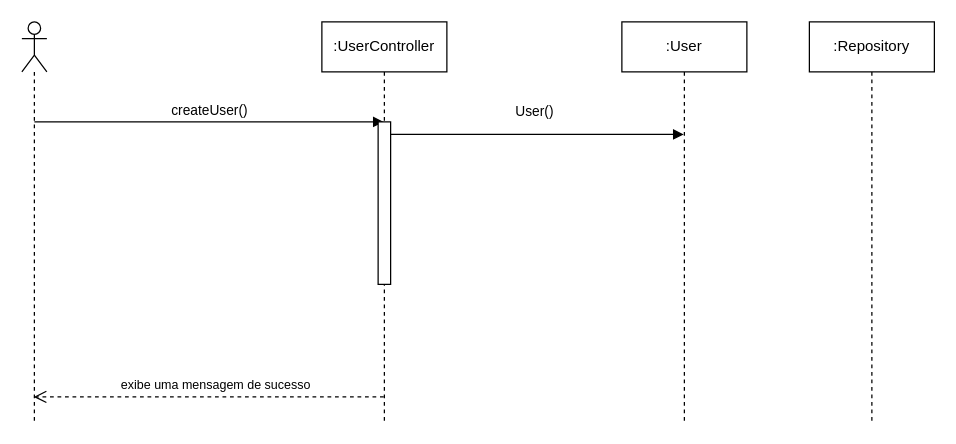
Above: musiverso-sequence-diagram.drawio in kaiohenricunha/UML (draw.io), before the change. Source tidied: cells renumbered, new cells numbered last; positions are measured from the earlier drawing's top-left corner, leaving out a move shared by most shapes. Both pictures are drawn from the tidied source at 125%, with x=0, y=0 at pixel (21, 21).
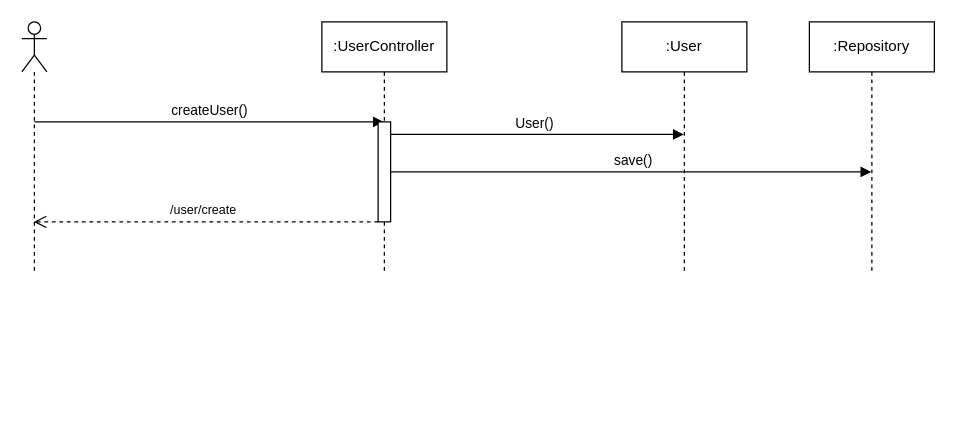
After the change.

Diff of the diagram source:
```diff
@@
 <mxGraphModel>
   <root>
     <mxCell id="0" />
     <mxCell id="1" parent="0" />
     <mxCell id="2" value=":UserController" style="shape=umlLifeline;perimeter=lifelinePerimeter;whiteSpace=wrap;html=1;outlineConnect=0;" parent="1" vertex="1">
-      <mxGeometry x="240" width="100" height="320" as="geometry" />
+      <mxGeometry x="240" width="100" height="200" as="geometry" />
     </mxCell>
     <mxCell id="3" style="shape=umlLifeline;participant=umlActor;perimeter=lifelinePerimeter;whiteSpace=wrap;html=1;verticalAlign=top;spacingTop=36;outlineConnect=0;" parent="1" vertex="1">
-      <mxGeometry width="20" height="320" as="geometry" />
+      <mxGeometry width="20" height="200" as="geometry" />
     </mxCell>
     <mxCell id="4" value="createUser()" style="html=1;verticalAlign=bottom;endArrow=block;" parent="1" edge="1" target="2">
       <mxGeometry relative="1" as="geometry">
         <mxPoint x="10" y="80" as="sourcePoint" />
       </mxGeometry>
     </mxCell>
     <mxCell id="5" style="html=1;points=[];perimeter=orthogonalPerimeter;" parent="1" vertex="1">
-      <mxGeometry x="285" y="80" width="10" height="130" as="geometry" />
+      <mxGeometry x="285" y="80" width="10" height="80" as="geometry" />
     </mxCell>
-    <mxCell id="6" style="html=1;verticalAlign=bottom;endArrow=open;dashed=1;endSize=8;" parent="1" edge="1" source="2" target="3">
+    <mxCell id="6" style="html=1;verticalAlign=bottom;endArrow=open;dashed=1;endSize=8;" parent="1" edge="1" source="5" target="3">
       <mxGeometry relative="1" as="geometry">
         <Array as="points">
-          <mxPoint x="260" y="300" />
-          <mxPoint x="180" y="300" />
-          <mxPoint x="120" y="300" />
+          <mxPoint x="260" y="160" />
         </Array>
       </mxGeometry>
     </mxCell>
     <mxCell id="7" value="User()" style="html=1;verticalAlign=bottom;endArrow=block;" parent="1" edge="1">
-      <mxGeometry x="-0.02" y="10" relative="1" as="geometry">
+      <mxGeometry x="-0.02" relative="1" as="geometry">
         <mxPoint x="295" y="90" as="sourcePoint" />
         <mxPoint x="529.5" y="90" as="targetPoint" />
-        <mxPoint y="1" as="offset" />
       </mxGeometry>
     </mxCell>
     <mxCell id="8" value=":User" style="shape=umlLifeline;perimeter=lifelinePerimeter;whiteSpace=wrap;html=1;" parent="1" vertex="1">
-      <mxGeometry x="480" width="100" height="320" as="geometry" />
+      <mxGeometry x="480" width="100" height="200" as="geometry" />
     </mxCell>
     <mxCell id="9" value=":Repository" style="shape=umlLifeline;perimeter=lifelinePerimeter;whiteSpace=wrap;html=1;outlineConnect=0;" parent="1" vertex="1">
-      <mxGeometry x="630" width="100" height="320" as="geometry" />
+      <mxGeometry x="630" width="100" height="200" as="geometry" />
     </mxCell>
-    <mxCell id="10" value="&lt;font style=&quot;font-size: 10px&quot;&gt;exibe uma mensagem de sucesso&lt;/font&gt;" style="text;html=1;align=center;verticalAlign=middle;strokeColor=none;" parent="1" vertex="1">
-      <mxGeometry x="70" y="280" width="170" height="20" as="geometry" />
+    <mxCell id="10" value="&lt;span style=&quot;font-size: 10px&quot;&gt;/user/create&lt;/span&gt;" style="text;html=1;align=center;verticalAlign=middle;strokeColor=none;" parent="1" vertex="1">
+      <mxGeometry x="110" y="140" width="70" height="20" as="geometry" />
     </mxCell>
+    <mxCell id="11" value="save()" style="html=1;verticalAlign=bottom;endArrow=block;" parent="1" edge="1" target="9">
+      <mxGeometry x="0.01" relative="1" as="geometry">
+        <mxPoint x="295" y="120" as="sourcePoint" />
+      </mxGeometry>
+    </mxCell>
   </root>
 </mxGraphModel>
```
